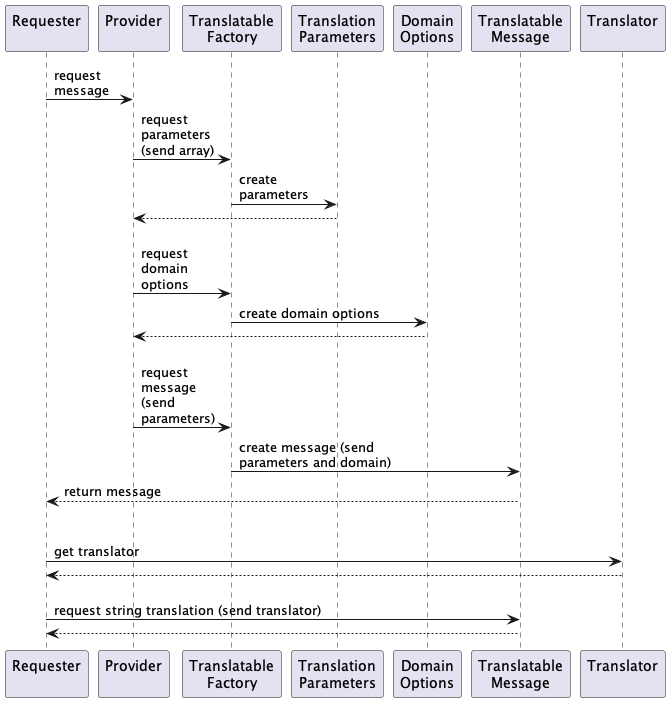
This is docs/translation/sequence.png from php-tuf/composer-stager, a PlantUML export, as it was before one commit. Its source is kept beside it as docs/translation/sequence.puml.
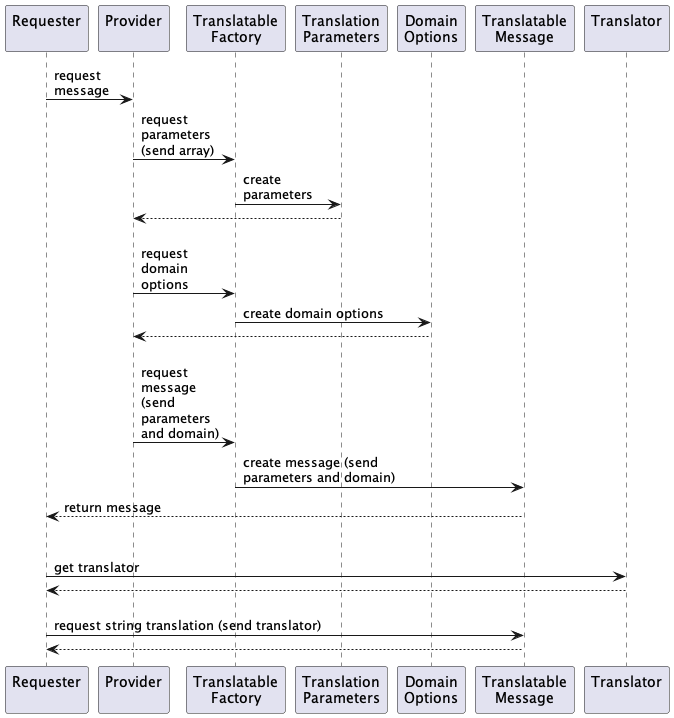
Later version of the same file.

Commit message:
Add missing detail to updated translation sequence diagram. [skip ci]

Diff of the diagram source:
```diff
@@ -10,7 +10,7 @@
 Provider -> TranslatableFactory : \nrequest\ndomain\noptions
 TranslatableFactory -> "Domain\nOptions" as DomainOptions : create domain options
 DomainOptions --> Provider
-Provider -> TranslatableFactory : \nrequest\nmessage\n(send\nparameters)
+Provider -> TranslatableFactory : \nrequest\nmessage\n(send\nparameters\nand domain)
 TranslatableFactory -> "Translatable\nMessage" as TranslatableMessage : create message (send\nparameters and domain)
 TranslatableMessage --> Requester : return message
 Requester -> "Translator\n" as Translator : \n\nget translator
```
